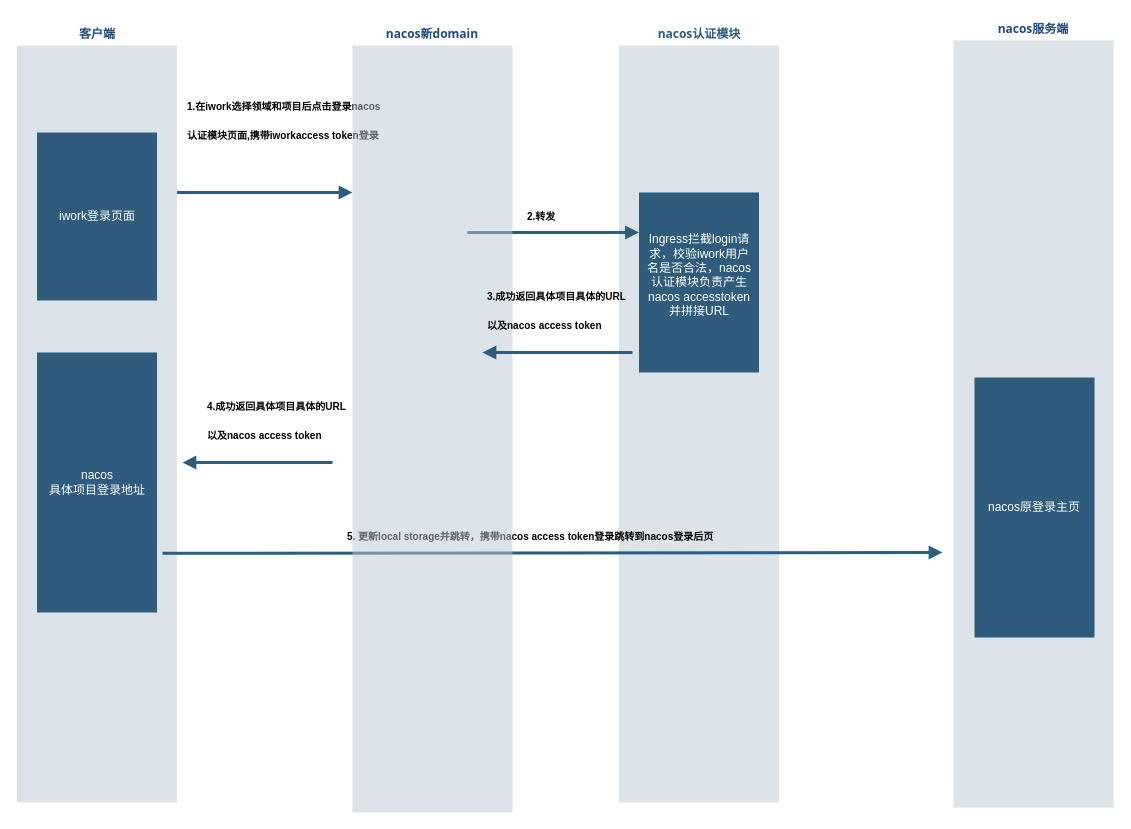
The draw.io diagram 未命名绘图.drawio in zhao0419/apiserver, before the edit. Source tidied: cells renumbered, new cells numbered last; positions are measured from the earlier drawing's top-left corner, leaving out a move shared by most shapes. Both pictures are drawn from the tidied source at 100%, with x=0, y=0 at pixel (16, 17).
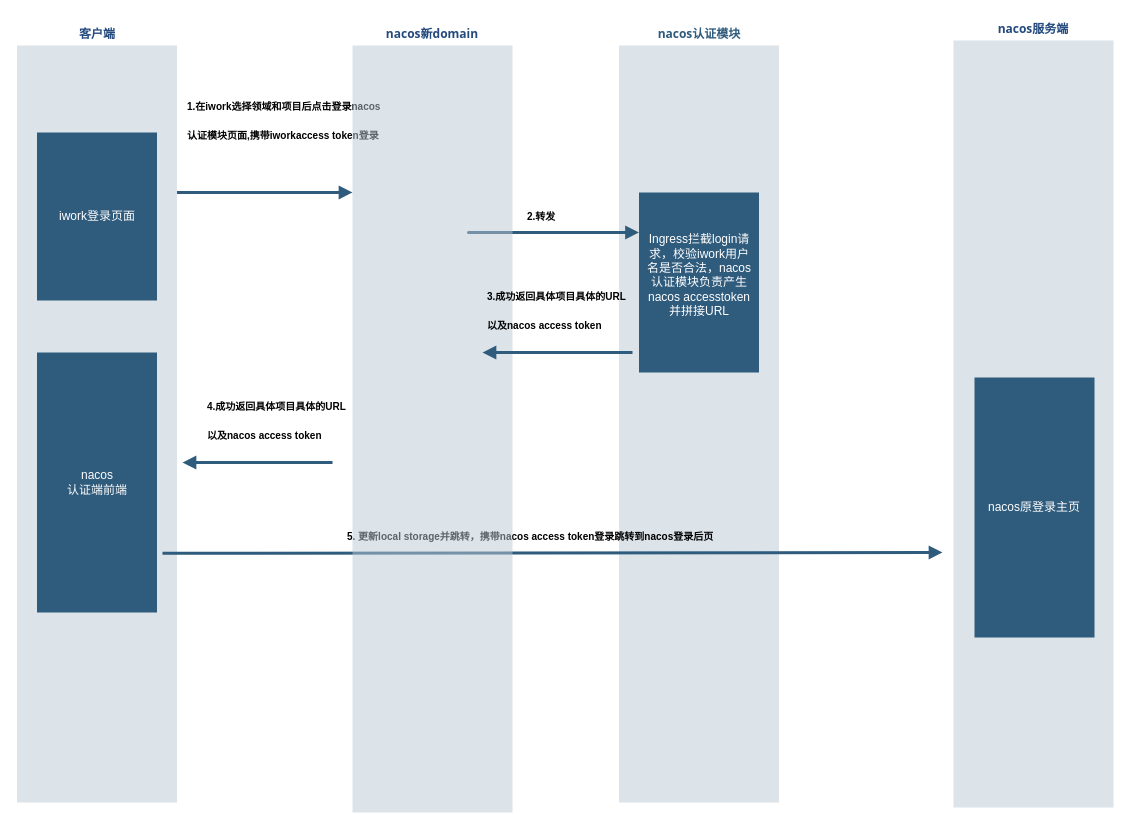
Above is the later version.

Commit message:
更新未命名绘图.drawio

Unchanged cells that the change refers to:
```xml
<mxCell id="2" value="&lt;font color=&quot;#23497d&quot;&gt;客户端&lt;/font&gt;" style="swimlane;whiteSpace=wrap;fillColor=none;swimlaneFillColor=#BAC8D3;fontColor=#2F5B7C;fontFamily=Tahoma;html=1;strokeColor=none;opacity=50;" parent="1" vertex="1">
  <mxGeometry x="0.5" y="5" width="160" height="780" as="geometry" />
</mxCell>
```

Diff of the diagram source:
```diff
@@
-    <mxCell id="3" value="nacos&lt;br&gt;具体项目登录地址" style="whiteSpace=wrap;shadow=0;fontColor=#FFFFFF;fontFamily=Helvetica;fontStyle=0;html=1;fontSize=12;plain-purple;strokeColor=none;fillColor=#2f5b7c;gradientColor=none;spacing=6;verticalAlign=middle;" parent="2" vertex="1">
+    <mxCell id="3" value="nacos&lt;br&gt;认证端前端" style="whiteSpace=wrap;shadow=0;fontColor=#FFFFFF;fontFamily=Helvetica;fontStyle=0;html=1;fontSize=12;plain-purple;strokeColor=none;fillColor=#2f5b7c;gradientColor=none;spacing=6;verticalAlign=middle;" parent="2" vertex="1">
       <mxGeometry x="20" y="330" width="120" height="260" as="geometry" />
     </mxCell>
```
